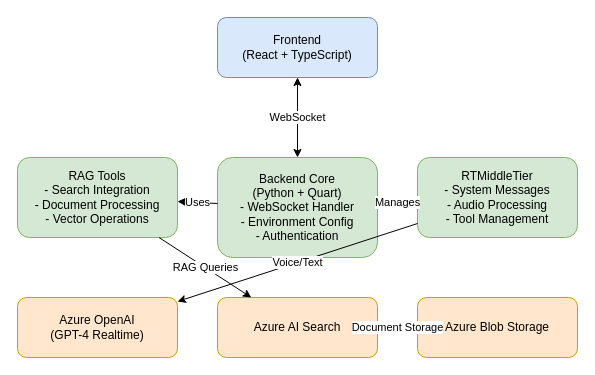
The draw.io diagram project_graph.drawio in soenke-maibach-taod/aisearch-openai-rag-audio, before the edit. Source tidied: cells renumbered, new cells numbered last; positions are measured from the earlier drawing's top-left corner, leaving out a move shared by most shapes. Both pictures are drawn from the tidied source at 100%, with x=0, y=0 at pixel (17, 17).
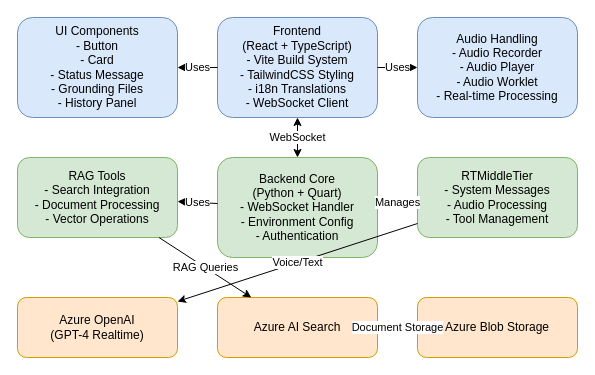
The same diagram, later.

Commit message:
frontend details

Diff of the diagram source:
```diff
@@
 <mxGraphModel>
   <root>
     <mxCell id="0" />
     <mxCell id="1" parent="0" />
-    <mxCell id="2" value="Frontend&#10;(React + TypeScript)" style="rounded=1;whiteSpace=wrap;html=1;fillColor=#dae8fc;strokeColor=#6c8ebf;" parent="1" vertex="1">
-      <mxGeometry x="200" width="160" height="60" as="geometry" />
+    <mxCell id="2" value="Frontend&#10;(React + TypeScript)&#10;- Vite Build System&#10;- TailwindCSS Styling&#10;- i18n Translations&#10;- WebSocket Client" style="rounded=1;whiteSpace=wrap;html=1;fillColor=#dae8fc;strokeColor=#6c8ebf;" parent="1" vertex="1">
+      <mxGeometry x="200" width="160" height="100" as="geometry" />
     </mxCell>
+    <mxCell id="15" value="UI Components&#10;- Button&#10;- Card&#10;- Status Message&#10;- Grounding Files&#10;- History Panel" style="rounded=1;whiteSpace=wrap;html=1;fillColor=#dae8fc;strokeColor=#6c8ebf;" parent="1" vertex="1">
+      <mxGeometry width="160" height="100" as="geometry" />
+    </mxCell>
+    <mxCell id="16" value="Audio Handling&#10;- Audio Recorder&#10;- Audio Player&#10;- Audio Worklet&#10;- Real-time Processing" style="rounded=1;whiteSpace=wrap;html=1;fillColor=#dae8fc;strokeColor=#6c8ebf;" parent="1" vertex="1">
+      <mxGeometry x="400" width="160" height="100" as="geometry" />
+    </mxCell>
+    <mxCell id="17" value="Uses" style="endArrow=classic;html=1;rounded=0;" parent="1" edge="1" source="2" target="15">
+      <mxGeometry relative="1" as="geometry" />
+    </mxCell>
+    <mxCell id="18" value="Uses" style="endArrow=classic;html=1;rounded=0;" parent="1" edge="1" source="2" target="16">
+      <mxGeometry relative="1" as="geometry" />
+    </mxCell>
     <mxCell id="3" value="Backend Core&#10;(Python + Quart)&#10;- WebSocket Handler&#10;- Environment Config&#10;- Authentication" style="rounded=1;whiteSpace=wrap;html=1;fillColor=#d5e8d4;strokeColor=#82b366;" parent="1" vertex="1">
       <mxGeometry x="200" y="140" width="160" height="100" as="geometry" />
     </mxCell>
     <mxCell id="4" value="RTMiddleTier&#10;- System Messages&#10;- Audio Processing&#10;- Tool Management" style="rounded=1;whiteSpace=wrap;html=1;fillColor=#d5e8d4;strokeColor=#82b366;" parent="1" vertex="1">
       <mxGeometry x="400" y="140" width="160" height="80" as="geometry" />
     </mxCell>
     <mxCell id="5" value="RAG Tools&#10;- Search Integration&#10;- Document Processing&#10;- Vector Operations" style="rounded=1;whiteSpace=wrap;html=1;fillColor=#d5e8d4;strokeColor=#82b366;" parent="1" vertex="1">
       <mxGeometry y="140" width="160" height="80" as="geometry" />
     </mxCell>
     <mxCell id="6" value="Azure OpenAI&#10;(GPT-4 Realtime)" style="rounded=1;whiteSpace=wrap;html=1;fillColor=#ffe6cc;strokeColor=#d79b00;" parent="1" vertex="1">
       <mxGeometry y="280" width="160" height="60" as="geometry" />
     </mxCell>
     <mxCell id="7" value="Azure AI Search" style="rounded=1;whiteSpace=wrap;html=1;fillColor=#ffe6cc;strokeColor=#d79b00;" parent="1" vertex="1">
       <mxGeometry x="200" y="280" width="160" height="60" as="geometry" />
     </mxCell>
     <mxCell id="8" value="Azure Blob Storage" style="rounded=1;whiteSpace=wrap;html=1;fillColor=#ffe6cc;strokeColor=#d79b00;" parent="1" vertex="1">
       <mxGeometry x="400" y="280" width="160" height="60" as="geometry" />
     </mxCell>
     <mxCell id="9" value="WebSocket" style="endArrow=classic;startArrow=classic;html=1;rounded=0;" parent="1" edge="1" source="3" target="2">
       <mxGeometry relative="1" as="geometry" />
     </mxCell>
     <mxCell id="10" value="Manages" style="endArrow=classic;html=1;rounded=0;" parent="1" edge="1" source="3" target="4">
       <mxGeometry relative="1" as="geometry" />
     </mxCell>
     <mxCell id="11" value="Uses" style="endArrow=classic;html=1;rounded=0;" parent="1" edge="1" source="3" target="5">
       <mxGeometry relative="1" as="geometry" />
     </mxCell>
     <mxCell id="12" value="Voice/Text" style="endArrow=classic;html=1;rounded=0;" parent="1" edge="1" source="4" target="6">
       <mxGeometry relative="1" as="geometry" />
     </mxCell>
     <mxCell id="13" value="RAG Queries" style="endArrow=classic;html=1;rounded=0;" parent="1" edge="1" source="5" target="7">
       <mxGeometry relative="1" as="geometry" />
     </mxCell>
     <mxCell id="14" value="Document Storage" style="endArrow=classic;html=1;rounded=0;" parent="1" edge="1" source="7" target="8">
       <mxGeometry relative="1" as="geometry" />
     </mxCell>
   </root>
 </mxGraphModel>
```
